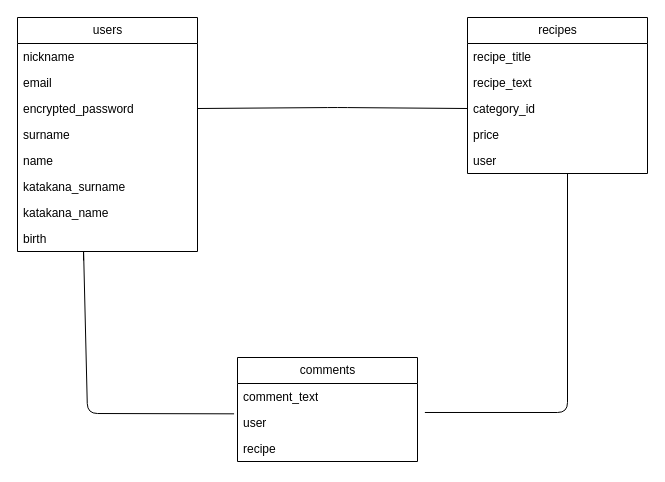
Before: er.dio in takanashi11/cook-daddy, a draw.io diagram. Source tidied: cells renumbered, new cells numbered last; positions are measured from the earlier drawing's top-left corner, leaving out a move shared by most shapes. Both pictures are drawn from the tidied source at 100%, with x=0, y=0 at pixel (17, 17).
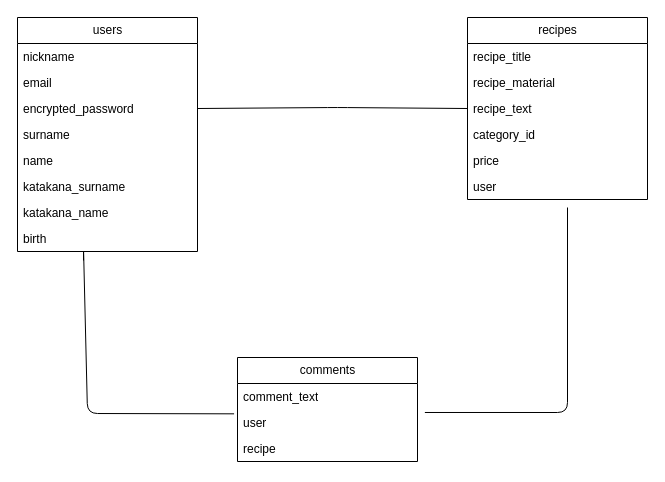
The same page after the edit.

Unchanged cells that the change refers to:
```xml
<mxCell id="19" value="user&lt;br&gt;" style="text;strokeColor=none;fillColor=none;align=left;verticalAlign=top;spacingLeft=4;spacingRight=4;overflow=hidden;points=[[0,0.5],[1,0.5]];portConstraint=eastwest;whiteSpace=wrap;html=1;" parent="17" vertex="1">
  <mxGeometry y="52" width="180" height="26" as="geometry" />
</mxCell>
```

Diff of the diagram source:
```diff
@@
     <mxCell id="11" value="recipes" style="swimlane;fontStyle=0;horizontal=1;startSize=26;fillColor=none;html=1;" parent="1" vertex="1">
-      <mxGeometry x="450" width="180" height="156" as="geometry" />
+      <mxGeometry x="450" width="180" height="182" as="geometry" />
     </mxCell>
@@
-    <mxCell id="13" value="recipe_text" style="text;strokeColor=none;fillColor=none;align=left;verticalAlign=top;spacingLeft=4;spacingRight=4;overflow=hidden;whiteSpace=wrap;html=1;" parent="11" vertex="1">
+    <mxCell id="13" value="recipe_material" style="text;strokeColor=none;fillColor=none;align=left;verticalAlign=top;spacingLeft=4;spacingRight=4;overflow=hidden;whiteSpace=wrap;html=1;" parent="11" vertex="1">
       <mxGeometry y="52" width="180" height="26" as="geometry" />
     </mxCell>
-    <mxCell id="14" value="category_id" style="text;strokeColor=none;fillColor=none;align=left;verticalAlign=top;spacingLeft=4;spacingRight=4;overflow=hidden;points=[[0,0.5],[1,0.5]];portConstraint=eastwest;whiteSpace=wrap;html=1;" parent="11" vertex="1">
+    <mxCell id="14" value="recipe_text&lt;br&gt;" style="text;strokeColor=none;fillColor=none;align=left;verticalAlign=top;spacingLeft=4;spacingRight=4;overflow=hidden;points=[[0,0.5],[1,0.5]];portConstraint=eastwest;whiteSpace=wrap;html=1;" parent="11" vertex="1">
       <mxGeometry y="78" width="180" height="26" as="geometry" />
     </mxCell>
-    <mxCell id="15" value="price" style="text;strokeColor=none;fillColor=none;align=left;verticalAlign=top;spacingLeft=4;spacingRight=4;overflow=hidden;whiteSpace=wrap;html=1;" parent="11" vertex="1">
+    <mxCell id="15" value="category_id" style="text;strokeColor=none;fillColor=none;align=left;verticalAlign=top;spacingLeft=4;spacingRight=4;overflow=hidden;whiteSpace=wrap;html=1;" parent="11" vertex="1">
       <mxGeometry y="104" width="180" height="26" as="geometry" />
     </mxCell>
-    <mxCell id="16" value="user" style="text;strokeColor=none;fillColor=none;align=left;verticalAlign=top;spacingLeft=4;spacingRight=4;overflow=hidden;whiteSpace=wrap;html=1;" parent="11" vertex="1">
+    <mxCell id="16" value="price&lt;br&gt;" style="text;strokeColor=none;fillColor=none;align=left;verticalAlign=top;spacingLeft=4;spacingRight=4;overflow=hidden;whiteSpace=wrap;html=1;" parent="11" vertex="1">
       <mxGeometry y="130" width="180" height="26" as="geometry" />
     </mxCell>
+    <mxCell id="24" value="user" style="text;strokeColor=none;fillColor=none;align=left;verticalAlign=top;spacingLeft=4;spacingRight=4;overflow=hidden;whiteSpace=wrap;html=1;" parent="11" vertex="1">
+      <mxGeometry y="156" width="180" height="26" as="geometry" />
+    </mxCell>
@@
     <mxCell id="23" style="endArrow=none;html=1;exitX=1.041;exitY=0.115;exitDx=0;exitDy=0;exitPerimeter=0;" parent="1" edge="1" source="19">
       <mxGeometry relative="1" as="geometry">
-        <mxPoint x="550" y="156" as="targetPoint" />
+        <mxPoint x="550" y="190" as="targetPoint" />
         <Array as="points">
           <mxPoint x="550" y="395" />
         </Array>
       </mxGeometry>
     </mxCell>
```
